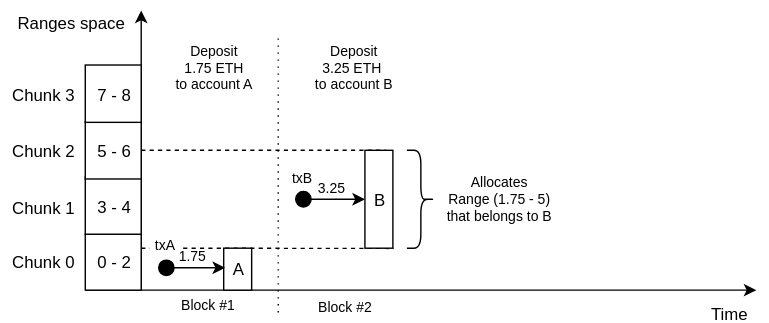
Earlier version of the draw.io export deposits.svg (artall64/tmp-isao-images). Source tidied: cells renumbered, new cells last; positions are measured from the earlier drawing's top-left corner, leaving out a move shared by most shapes.
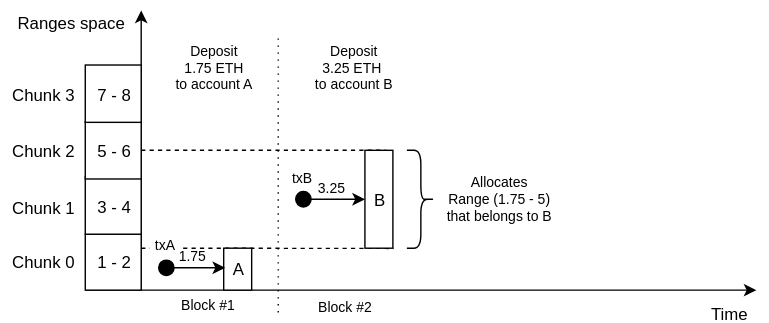
The same diagram one commit later.

What changed in the source:
```diff
@@ -34,7 +34,7 @@
         <mxPoint x="198" y="220" as="targetPoint" />
       </mxGeometry>
     </mxCell>
-    <mxCell id="9" value="0 - 2" style="rounded=0;whiteSpace=wrap;html=1;" parent="1" vertex="1">
+    <mxCell id="9" value="1 - 2" style="rounded=0;whiteSpace=wrap;html=1;" parent="1" vertex="1">
       <mxGeometry x="60" y="160" width="40" height="40" as="geometry" />
     </mxCell>
     <mxCell id="10" style="group;" parent="1" vertex="1">
```
